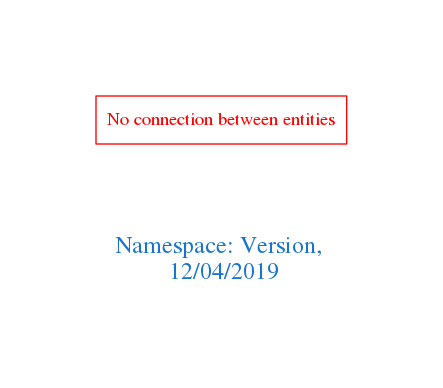
arago/OGIT keeps this Graphviz diagram as downloads/Version.png. Above is the earlier version. Its source is kept beside it as downloads/Version.dot.
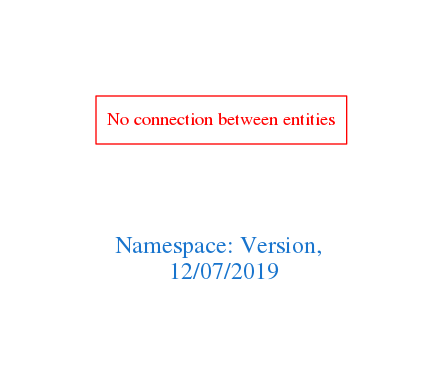
Above is the later version.

Diff of the diagram source:
```diff
@@ -1,7 +1,7 @@
 digraph OGIT_ontology {
  graph [ rankdir= LR,pad=1
 fontsize = 18,
-fontcolor= dodgerblue3,label = "\n\n\nNamespace: Version, \n 12/04/2019"];
+fontcolor= dodgerblue3,label = "\n\n\nNamespace: Version, \n 12/07/2019"];
 node[shape=polygon];
 edge [  color="gray81"];
 
```
